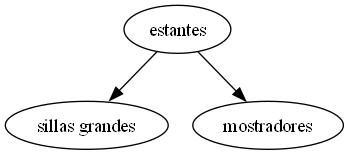
This is Proyecto1/AVL.png from SaMuEl23PaJoC23/proyecto1_EDD_2S_Diciembre, a Graphviz export, as it was before one commit. Its source is kept beside it as Proyecto1/AVL.dot.
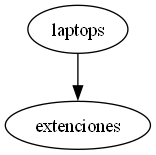
Above is the later version.

Change to the diagram source:
```diff
@@ -1,7 +1,5 @@
  digraph G{
-NodoAVL0x25c267fd260[label = "estantes"]
-NodoAVL0x25c267fd260->NodoAVL0x25c267fd140
-NodoAVL0x25c267fd260->NodoAVL0x25c267fc840
-NodoAVL0x25c267fd140[label = "sillas grandes"]
-NodoAVL0x25c267fc840[label = "mostradores"]
+NodoAVL0x23e011f5e30[label = "laptops"]
+NodoAVL0x23e011f5e30->NodoAVL0x23e011f5410
+NodoAVL0x23e011f5410[label = "extenciones"]
 }
```
